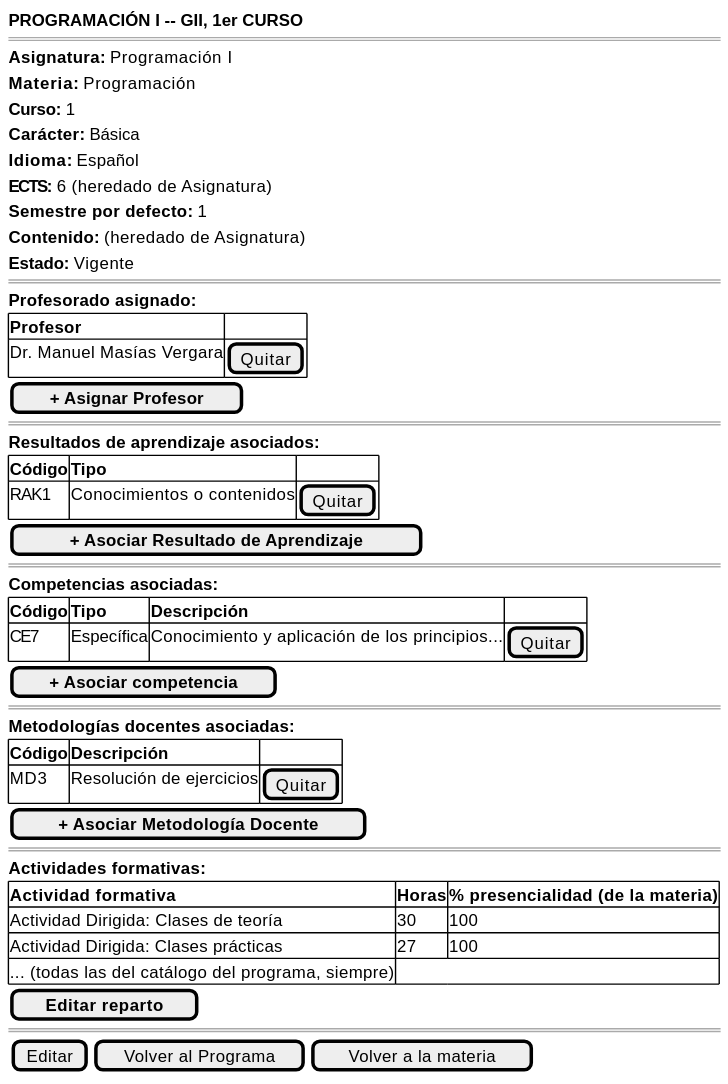
Above: images/RUP/01-requisitos/03-detalle-casos-uso/abrirAsignaturaPrograma/wireframe.svg in mmasias/pyCeldaPublico (PlantUML), before the change.
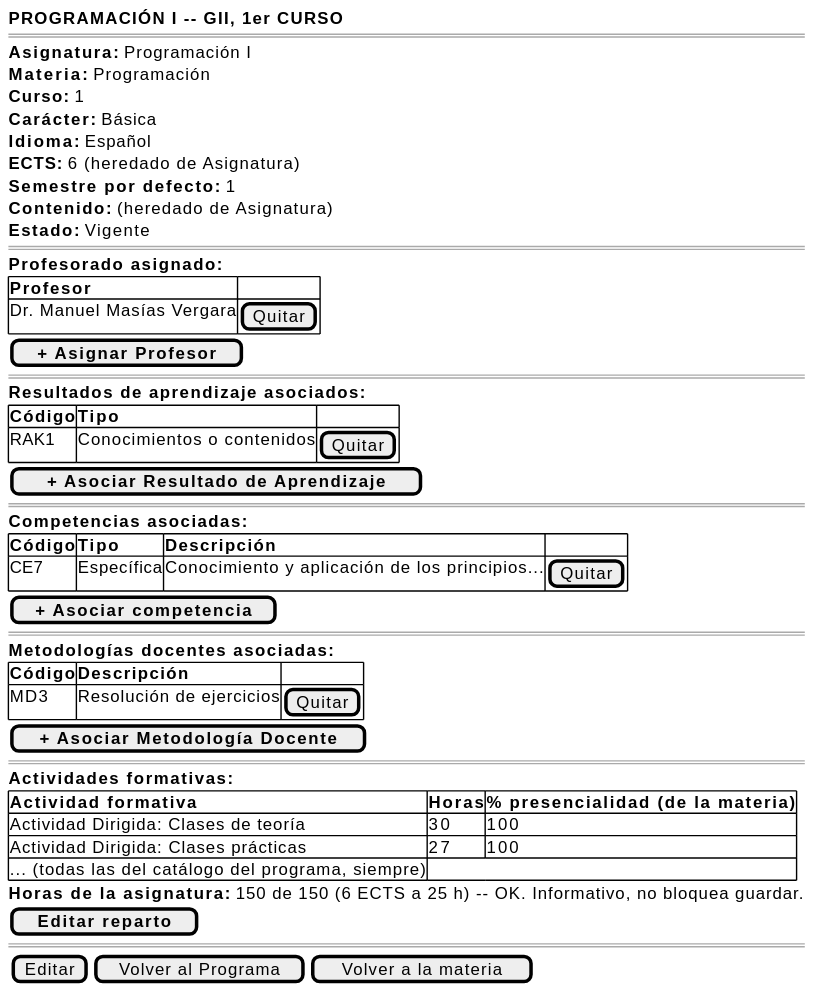
The same file after the commit.

The edit, as a diff of the source:
```diff
@@ -47,6 +47,7 @@
         Actividad Dirigida: Clases prácticas | 27 | 100
         ... (todas las del catálogo del programa, siempre) | |
     }
+    <b>Horas de la asignatura:</b> 150 de 150 (6 ECTS a 25 h) -- OK. Informativo, no bloquea guardar.
     [ <b>Editar reparto</b> ]
     ====
     {[Editar] | [Volver al Programa] | [Volver a la materia]}
```
